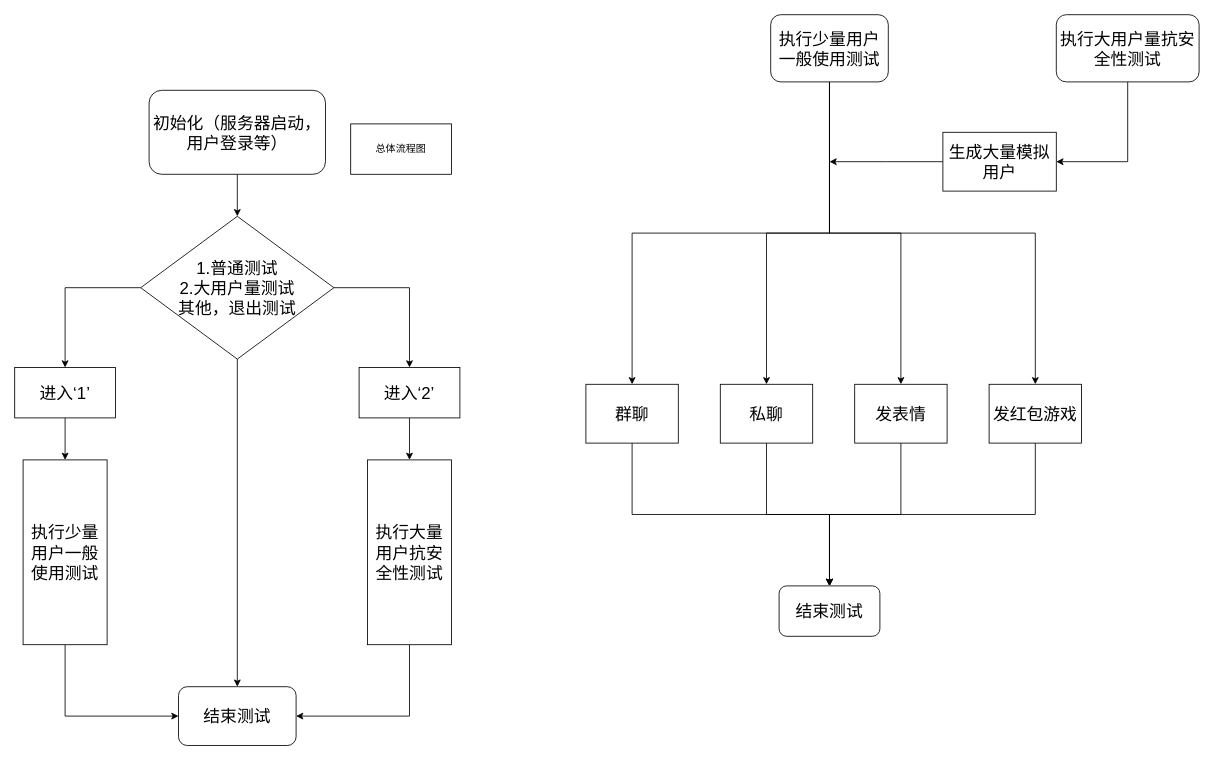
AusertDream/MultiplayerChatRoom keeps this draw.io diagram as 总体流程图.drawio. Above is the earlier version. Source tidied: cells renumbered, new cells numbered last; positions are measured from the earlier drawing's top-left corner, leaving out a move shared by most shapes. Both pictures are drawn from the tidied source at 84%, with x=0, y=0 at pixel (14, 14).
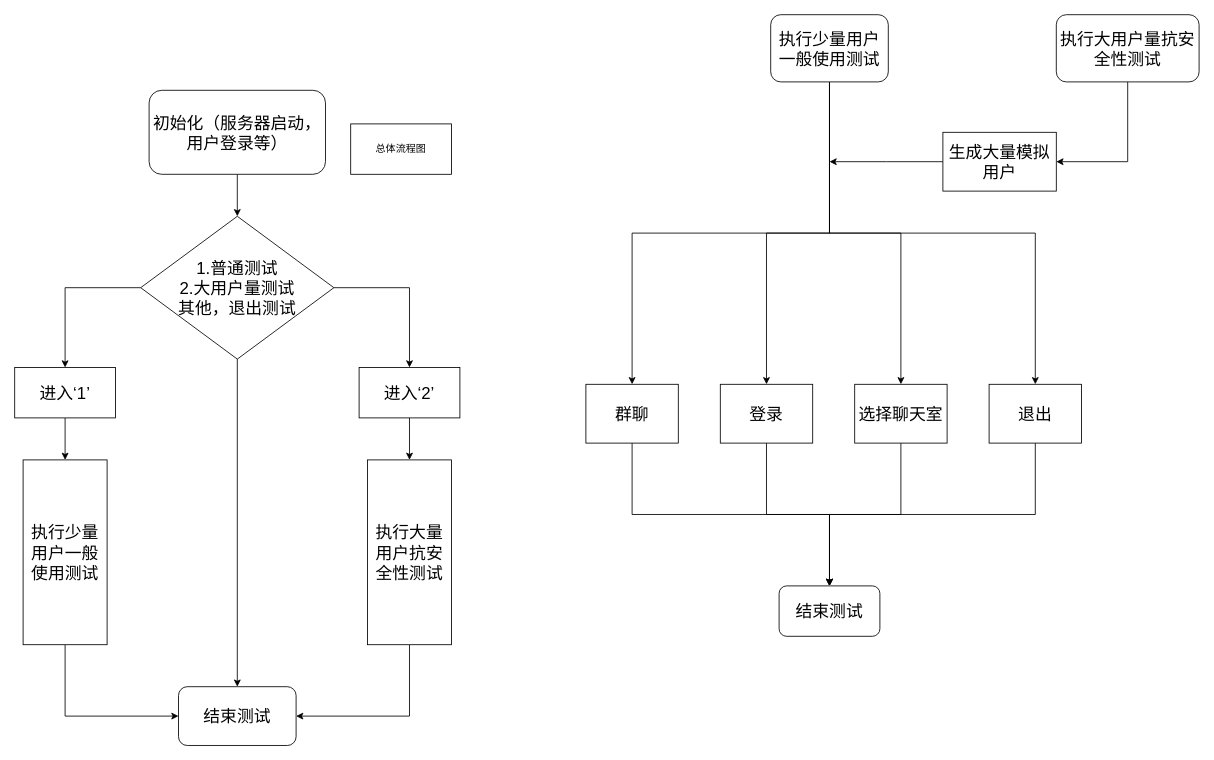
Above is the later version.

Commit message:
update 总体流程图.drawio

What changed in the source:
```diff
@@
-    <mxCell id="28" value="&lt;span style=&quot;font-size: 20px;&quot;&gt;私聊&lt;/span&gt;" style="rounded=0;whiteSpace=wrap;html=1;" parent="1" vertex="1">
+    <mxCell id="28" value="&lt;span style=&quot;font-size: 20px;&quot;&gt;登录&lt;/span&gt;" style="rounded=0;whiteSpace=wrap;html=1;" parent="1" vertex="1">
       <mxGeometry x="840" y="440" width="110" height="70" as="geometry" />
     </mxCell>
@@
-    <mxCell id="30" value="&lt;span style=&quot;font-size: 20px;&quot;&gt;发表情&lt;/span&gt;" style="rounded=0;whiteSpace=wrap;html=1;" parent="1" vertex="1">
+    <mxCell id="30" value="&lt;span style=&quot;font-size: 20px;&quot;&gt;选择聊天室&lt;/span&gt;" style="rounded=0;whiteSpace=wrap;html=1;" parent="1" vertex="1">
       <mxGeometry x="1000" y="440" width="110" height="70" as="geometry" />
     </mxCell>
@@
-    <mxCell id="32" value="&lt;span style=&quot;font-size: 20px;&quot;&gt;发红包游戏&lt;/span&gt;" style="rounded=0;whiteSpace=wrap;html=1;" parent="1" vertex="1">
+    <mxCell id="32" value="&lt;span style=&quot;font-size: 20px;&quot;&gt;退出&lt;/span&gt;" style="rounded=0;whiteSpace=wrap;html=1;" parent="1" vertex="1">
       <mxGeometry x="1160" y="440" width="110" height="70" as="geometry" />
     </mxCell>
```
